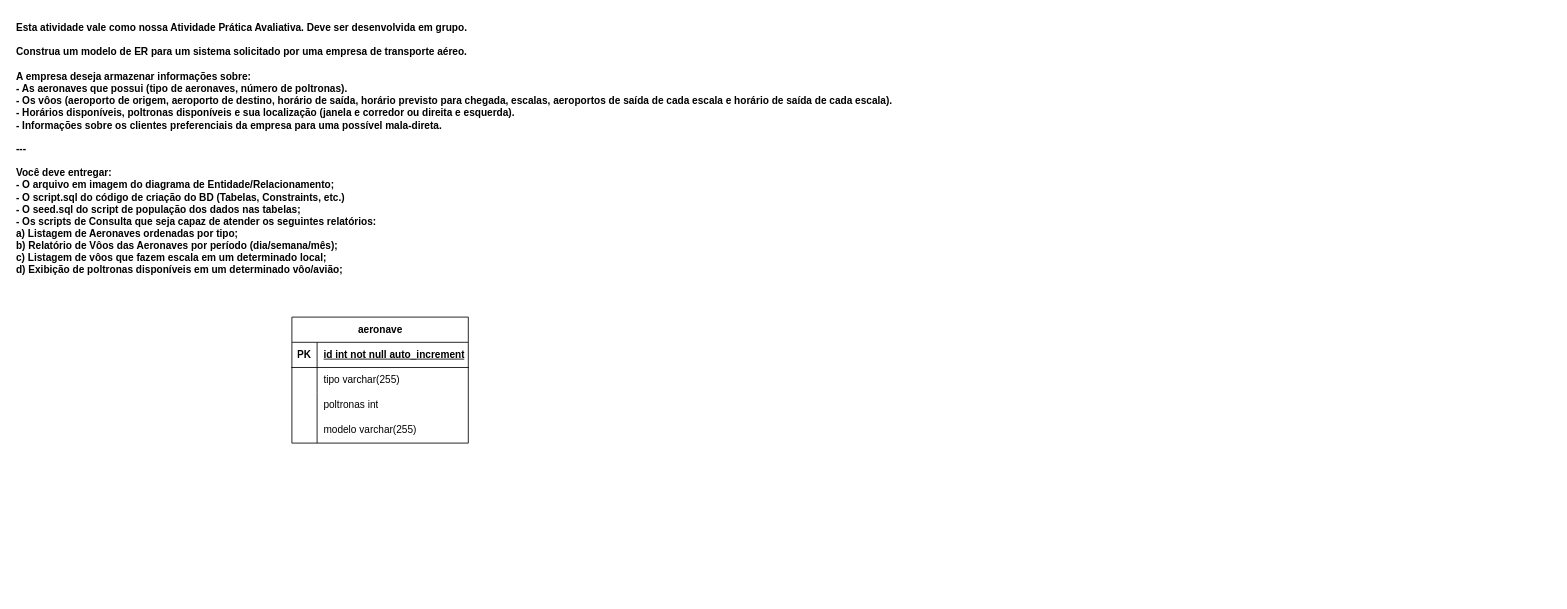
The draw.io diagram Diagramas/Atividades/companhia_aerea.drawio in samueldelorenzi/BancoDeDadosI, before the edit. Source tidied: cells renumbered, new cells numbered last; positions are measured from the earlier drawing's top-left corner, leaving out a move shared by most shapes. Both pictures are drawn from the tidied source at 84%, with x=0, y=0 at pixel (14, 14).
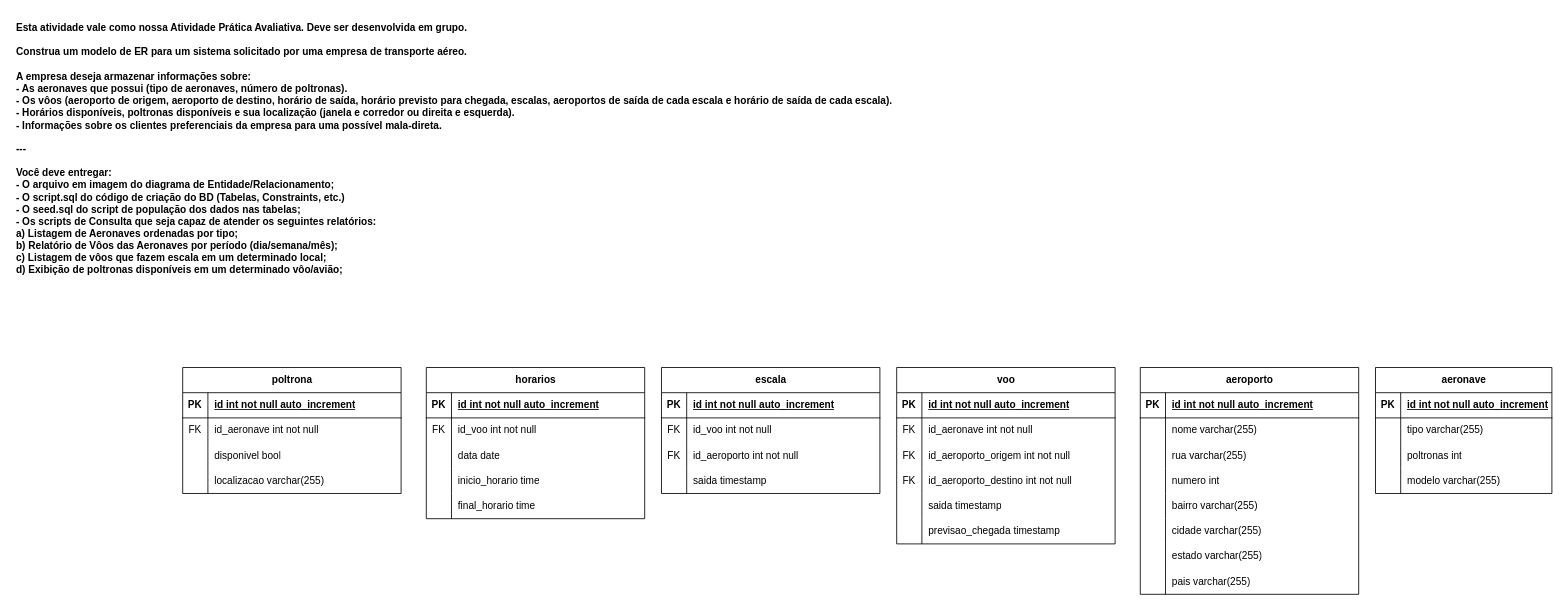
After the change.

Change to the diagram source:
```diff
@@
     <mxCell id="3" value="aeronave" style="shape=table;startSize=30;childLayout=tableLayout;rowLines=0;fontStyle=1;align=center;html=1;" parent="1" vertex="1">
-      <mxGeometry x="330" y="360" width="210" height="150" as="geometry" />
+      <mxGeometry x="1620" y="420" width="210" height="150" as="geometry" />
     </mxCell>
@@
+    <mxCell id="16" value="aeroporto" style="shape=table;startSize=30;childLayout=tableLayout;rowLines=0;fontStyle=1;align=center;html=1;" parent="1" vertex="1">
+      <mxGeometry x="1340" y="420" width="260" height="270" as="geometry" />
+    </mxCell>
+    <mxCell id="17" style="shape=tableRow;horizontal=0;startSize=0;swimlaneHead=0;swimlaneBody=0;fillColor=none;top=0;left=0;right=0;bottom=1;" parent="16" vertex="1">
+      <mxGeometry y="30" width="260" height="30" as="geometry" />
+    </mxCell>
+    <mxCell id="18" value="PK" style="shape=partialRectangle;fillColor=none;top=0;left=0;bottom=0;right=0;fontStyle=1;overflow=hidden;whiteSpace=wrap;html=1;" parent="17" vertex="1">
+      <mxGeometry width="30" height="30" as="geometry" />
+    </mxCell>
+    <mxCell id="19" value="id int not null auto_increment" style="shape=partialRectangle;fillColor=none;top=0;left=0;bottom=0;right=0;align=left;spacingLeft=6;fontStyle=5;overflow=hidden;whiteSpace=wrap;html=1;" parent="17" vertex="1">
+      <mxGeometry x="30" width="230" height="30" as="geometry" />
+    </mxCell>
+    <mxCell id="20" style="shape=tableRow;horizontal=0;startSize=0;swimlaneHead=0;swimlaneBody=0;fillColor=none;top=0;left=0;right=0;bottom=0;" parent="16" vertex="1">
+      <mxGeometry y="60" width="260" height="30" as="geometry" />
+    </mxCell>
+    <mxCell id="21" style="shape=partialRectangle;fillColor=none;top=0;left=0;bottom=0;right=0;overflow=hidden;whiteSpace=wrap;html=1;" parent="20" vertex="1">
+      <mxGeometry width="30" height="30" as="geometry" />
+    </mxCell>
+    <mxCell id="22" value="nome varchar(255)" style="shape=partialRectangle;fillColor=none;top=0;left=0;bottom=0;right=0;align=left;spacingLeft=6;overflow=hidden;whiteSpace=wrap;html=1;" parent="20" vertex="1">
+      <mxGeometry x="30" width="230" height="30" as="geometry" />
+    </mxCell>
+    <mxCell id="23" style="shape=tableRow;horizontal=0;startSize=0;swimlaneHead=0;swimlaneBody=0;fillColor=none;top=0;left=0;right=0;bottom=0;" parent="16" vertex="1">
+      <mxGeometry y="90" width="260" height="30" as="geometry" />
+    </mxCell>
+    <mxCell id="24" style="shape=partialRectangle;fillColor=none;top=0;left=0;bottom=0;right=0;overflow=hidden;whiteSpace=wrap;html=1;" parent="23" vertex="1">
+      <mxGeometry width="30" height="30" as="geometry" />
+    </mxCell>
+    <mxCell id="25" value="rua varchar(255)" style="shape=partialRectangle;fillColor=none;top=0;left=0;bottom=0;right=0;align=left;spacingLeft=6;overflow=hidden;whiteSpace=wrap;html=1;" parent="23" vertex="1">
+      <mxGeometry x="30" width="230" height="30" as="geometry" />
+    </mxCell>
+    <mxCell id="26" style="shape=tableRow;horizontal=0;startSize=0;swimlaneHead=0;swimlaneBody=0;fillColor=none;top=0;left=0;right=0;bottom=0;" parent="16" vertex="1">
+      <mxGeometry y="120" width="260" height="30" as="geometry" />
+    </mxCell>
+    <mxCell id="27" style="shape=partialRectangle;fillColor=none;top=0;left=0;bottom=0;right=0;overflow=hidden;whiteSpace=wrap;html=1;" parent="26" vertex="1">
+      <mxGeometry width="30" height="30" as="geometry" />
+    </mxCell>
+    <mxCell id="28" value="numero int" style="shape=partialRectangle;fillColor=none;top=0;left=0;bottom=0;right=0;align=left;spacingLeft=6;overflow=hidden;whiteSpace=wrap;html=1;" parent="26" vertex="1">
+      <mxGeometry x="30" width="230" height="30" as="geometry" />
+    </mxCell>
+    <mxCell id="29" style="shape=tableRow;horizontal=0;startSize=0;swimlaneHead=0;swimlaneBody=0;fillColor=none;top=0;left=0;right=0;bottom=0;" parent="16" vertex="1">
+      <mxGeometry y="150" width="260" height="30" as="geometry" />
+    </mxCell>
+    <mxCell id="30" style="shape=partialRectangle;fillColor=none;top=0;left=0;bottom=0;right=0;overflow=hidden;whiteSpace=wrap;html=1;" parent="29" vertex="1">
+      <mxGeometry width="30" height="30" as="geometry" />
+    </mxCell>
+    <mxCell id="31" value="bairro varchar(255)" style="shape=partialRectangle;fillColor=none;top=0;left=0;bottom=0;right=0;align=left;spacingLeft=6;overflow=hidden;whiteSpace=wrap;html=1;" parent="29" vertex="1">
+      <mxGeometry x="30" width="230" height="30" as="geometry" />
+    </mxCell>
+    <mxCell id="32" style="shape=tableRow;horizontal=0;startSize=0;swimlaneHead=0;swimlaneBody=0;fillColor=none;top=0;left=0;right=0;bottom=0;" parent="16" vertex="1">
+      <mxGeometry y="180" width="260" height="30" as="geometry" />
+    </mxCell>
+    <mxCell id="33" style="shape=partialRectangle;fillColor=none;top=0;left=0;bottom=0;right=0;overflow=hidden;whiteSpace=wrap;html=1;" parent="32" vertex="1">
+      <mxGeometry width="30" height="30" as="geometry" />
+    </mxCell>
+    <mxCell id="34" value="cidade varchar(255)" style="shape=partialRectangle;fillColor=none;top=0;left=0;bottom=0;right=0;align=left;spacingLeft=6;overflow=hidden;whiteSpace=wrap;html=1;" parent="32" vertex="1">
+      <mxGeometry x="30" width="230" height="30" as="geometry" />
+    </mxCell>
+    <mxCell id="35" style="shape=tableRow;horizontal=0;startSize=0;swimlaneHead=0;swimlaneBody=0;fillColor=none;top=0;left=0;right=0;bottom=0;" parent="16" vertex="1">
+      <mxGeometry y="210" width="260" height="30" as="geometry" />
+    </mxCell>
+    <mxCell id="36" style="shape=partialRectangle;fillColor=none;top=0;left=0;bottom=0;right=0;overflow=hidden;whiteSpace=wrap;html=1;" parent="35" vertex="1">
+      <mxGeometry width="30" height="30" as="geometry" />
+    </mxCell>
+    <mxCell id="37" value="estado varchar(255)" style="shape=partialRectangle;fillColor=none;top=0;left=0;bottom=0;right=0;align=left;spacingLeft=6;overflow=hidden;whiteSpace=wrap;html=1;" parent="35" vertex="1">
+      <mxGeometry x="30" width="230" height="30" as="geometry" />
+    </mxCell>
+    <mxCell id="38" style="shape=tableRow;horizontal=0;startSize=0;swimlaneHead=0;swimlaneBody=0;fillColor=none;top=0;left=0;right=0;bottom=0;" parent="16" vertex="1">
+      <mxGeometry y="240" width="260" height="30" as="geometry" />
+    </mxCell>
+    <mxCell id="39" style="shape=partialRectangle;fillColor=none;top=0;left=0;bottom=0;right=0;overflow=hidden;whiteSpace=wrap;html=1;" parent="38" vertex="1">
+      <mxGeometry width="30" height="30" as="geometry" />
+    </mxCell>
+    <mxCell id="40" value="pais varchar(255)" style="shape=partialRectangle;fillColor=none;top=0;left=0;bottom=0;right=0;align=left;spacingLeft=6;overflow=hidden;whiteSpace=wrap;html=1;" parent="38" vertex="1">
+      <mxGeometry x="30" width="230" height="30" as="geometry" />
+    </mxCell>
+    <mxCell id="41" value="voo" style="shape=table;startSize=30;childLayout=tableLayout;rowLines=0;fontStyle=1;align=center;html=1;" parent="1" vertex="1">
+      <mxGeometry x="1050" y="420" width="260" height="210" as="geometry" />
+    </mxCell>
+    <mxCell id="42" style="shape=tableRow;horizontal=0;startSize=0;swimlaneHead=0;swimlaneBody=0;fillColor=none;top=0;left=0;right=0;bottom=1;" parent="41" vertex="1">
+      <mxGeometry y="30" width="260" height="30" as="geometry" />
+    </mxCell>
+    <mxCell id="43" value="PK" style="shape=partialRectangle;fillColor=none;top=0;left=0;bottom=0;right=0;fontStyle=1;overflow=hidden;whiteSpace=wrap;html=1;" parent="42" vertex="1">
+      <mxGeometry width="30" height="30" as="geometry" />
+    </mxCell>
+    <mxCell id="44" value="id int not null auto_increment" style="shape=partialRectangle;fillColor=none;top=0;left=0;bottom=0;right=0;align=left;spacingLeft=6;fontStyle=5;overflow=hidden;whiteSpace=wrap;html=1;" parent="42" vertex="1">
+      <mxGeometry x="30" width="230" height="30" as="geometry" />
+    </mxCell>
+    <mxCell id="45" style="shape=tableRow;horizontal=0;startSize=0;swimlaneHead=0;swimlaneBody=0;fillColor=none;top=0;left=0;right=0;bottom=0;" parent="41" vertex="1">
+      <mxGeometry y="60" width="260" height="30" as="geometry" />
+    </mxCell>
+    <mxCell id="46" value="FK" style="shape=partialRectangle;fillColor=none;top=0;left=0;bottom=0;right=0;overflow=hidden;whiteSpace=wrap;html=1;" parent="45" vertex="1">
+      <mxGeometry width="30" height="30" as="geometry" />
+    </mxCell>
+    <mxCell id="47" value="id_aeronave int not null" style="shape=partialRectangle;fillColor=none;top=0;left=0;bottom=0;right=0;align=left;spacingLeft=6;overflow=hidden;whiteSpace=wrap;html=1;" parent="45" vertex="1">
+      <mxGeometry x="30" width="230" height="30" as="geometry" />
+    </mxCell>
+    <mxCell id="48" style="shape=tableRow;horizontal=0;startSize=0;swimlaneHead=0;swimlaneBody=0;fillColor=none;top=0;left=0;right=0;bottom=0;" parent="41" vertex="1">
+      <mxGeometry y="90" width="260" height="30" as="geometry" />
+    </mxCell>
+    <mxCell id="49" value="FK" style="shape=partialRectangle;fillColor=none;top=0;left=0;bottom=0;right=0;overflow=hidden;whiteSpace=wrap;html=1;" parent="48" vertex="1">
+      <mxGeometry width="30" height="30" as="geometry" />
+    </mxCell>
+    <mxCell id="50" value="id_aeroporto_origem int not null" style="shape=partialRectangle;fillColor=none;top=0;left=0;bottom=0;right=0;align=left;spacingLeft=6;overflow=hidden;whiteSpace=wrap;html=1;" parent="48" vertex="1">
+      <mxGeometry x="30" width="230" height="30" as="geometry" />
+    </mxCell>
+    <mxCell id="51" style="shape=tableRow;horizontal=0;startSize=0;swimlaneHead=0;swimlaneBody=0;fillColor=none;top=0;left=0;right=0;bottom=0;" parent="41" vertex="1">
+      <mxGeometry y="120" width="260" height="30" as="geometry" />
+    </mxCell>
+    <mxCell id="52" value="FK" style="shape=partialRectangle;fillColor=none;top=0;left=0;bottom=0;right=0;overflow=hidden;whiteSpace=wrap;html=1;" parent="51" vertex="1">
+      <mxGeometry width="30" height="30" as="geometry" />
+    </mxCell>
+    <mxCell id="53" value="id_aeroporto_destino int not null" style="shape=partialRectangle;fillColor=none;top=0;left=0;bottom=0;right=0;align=left;spacingLeft=6;overflow=hidden;whiteSpace=wrap;html=1;" parent="51" vertex="1">
+      <mxGeometry x="30" width="230" height="30" as="geometry" />
+    </mxCell>
+    <mxCell id="54" style="shape=tableRow;horizontal=0;startSize=0;swimlaneHead=0;swimlaneBody=0;fillColor=none;top=0;left=0;right=0;bottom=0;" parent="41" vertex="1">
+      <mxGeometry y="150" width="260" height="30" as="geometry" />
+    </mxCell>
+    <mxCell id="55" style="shape=partialRectangle;fillColor=none;top=0;left=0;bottom=0;right=0;overflow=hidden;whiteSpace=wrap;html=1;" parent="54" vertex="1">
+      <mxGeometry width="30" height="30" as="geometry" />
+    </mxCell>
+    <mxCell id="56" value="saida timestamp" style="shape=partialRectangle;fillColor=none;top=0;left=0;bottom=0;right=0;align=left;spacingLeft=6;overflow=hidden;whiteSpace=wrap;html=1;" parent="54" vertex="1">
+      <mxGeometry x="30" width="230" height="30" as="geometry" />
+    </mxCell>
+    <mxCell id="57" style="shape=tableRow;horizontal=0;startSize=0;swimlaneHead=0;swimlaneBody=0;fillColor=none;top=0;left=0;right=0;bottom=0;" parent="41" vertex="1">
+      <mxGeometry y="180" width="260" height="30" as="geometry" />
+    </mxCell>
+    <mxCell id="58" style="shape=partialRectangle;fillColor=none;top=0;left=0;bottom=0;right=0;overflow=hidden;whiteSpace=wrap;html=1;" parent="57" vertex="1">
+      <mxGeometry width="30" height="30" as="geometry" />
+    </mxCell>
+    <mxCell id="59" value="previsao_chegada timestamp" style="shape=partialRectangle;fillColor=none;top=0;left=0;bottom=0;right=0;align=left;spacingLeft=6;overflow=hidden;whiteSpace=wrap;html=1;" parent="57" vertex="1">
+      <mxGeometry x="30" width="230" height="30" as="geometry" />
+    </mxCell>
+    <mxCell id="60" value="escala" style="shape=table;startSize=30;childLayout=tableLayout;rowLines=0;fontStyle=1;align=center;html=1;" parent="1" vertex="1">
+      <mxGeometry x="770" y="420" width="260" height="150" as="geometry" />
+    </mxCell>
+    <mxCell id="61" style="shape=tableRow;horizontal=0;startSize=0;swimlaneHead=0;swimlaneBody=0;fillColor=none;top=0;left=0;right=0;bottom=1;" parent="60" vertex="1">
+      <mxGeometry y="30" width="260" height="30" as="geometry" />
+    </mxCell>
+    <mxCell id="62" value="PK" style="shape=partialRectangle;fillColor=none;top=0;left=0;bottom=0;right=0;fontStyle=1;overflow=hidden;whiteSpace=wrap;html=1;" parent="61" vertex="1">
+      <mxGeometry width="30" height="30" as="geometry" />
+    </mxCell>
+    <mxCell id="63" value="id int not null auto_increment" style="shape=partialRectangle;fillColor=none;top=0;left=0;bottom=0;right=0;align=left;spacingLeft=6;fontStyle=5;overflow=hidden;whiteSpace=wrap;html=1;" parent="61" vertex="1">
+      <mxGeometry x="30" width="230" height="30" as="geometry" />
+    </mxCell>
+    <mxCell id="64" style="shape=tableRow;horizontal=0;startSize=0;swimlaneHead=0;swimlaneBody=0;fillColor=none;top=0;left=0;right=0;bottom=0;" parent="60" vertex="1">
+      <mxGeometry y="60" width="260" height="30" as="geometry" />
+    </mxCell>
+    <mxCell id="65" value="FK" style="shape=partialRectangle;fillColor=none;top=0;left=0;bottom=0;right=0;overflow=hidden;whiteSpace=wrap;html=1;" parent="64" vertex="1">
+      <mxGeometry width="30" height="30" as="geometry" />
+    </mxCell>
+    <mxCell id="66" value="id_voo int not null&lt;span style=&quot;white-space: pre;&quot;&gt;&#9;&lt;/span&gt;" style="shape=partialRectangle;fillColor=none;top=0;left=0;bottom=0;right=0;align=left;spacingLeft=6;overflow=hidden;whiteSpace=wrap;html=1;" parent="64" vertex="1">
+      <mxGeometry x="30" width="230" height="30" as="geometry" />
+    </mxCell>
+    <mxCell id="67" style="shape=tableRow;horizontal=0;startSize=0;swimlaneHead=0;swimlaneBody=0;fillColor=none;top=0;left=0;right=0;bottom=0;" parent="60" vertex="1">
+      <mxGeometry y="90" width="260" height="30" as="geometry" />
+    </mxCell>
+    <mxCell id="68" value="FK" style="shape=partialRectangle;fillColor=none;top=0;left=0;bottom=0;right=0;overflow=hidden;whiteSpace=wrap;html=1;" parent="67" vertex="1">
+      <mxGeometry width="30" height="30" as="geometry" />
+    </mxCell>
+    <mxCell id="69" value="id_aeroporto int not null" style="shape=partialRectangle;fillColor=none;top=0;left=0;bottom=0;right=0;align=left;spacingLeft=6;overflow=hidden;whiteSpace=wrap;html=1;" parent="67" vertex="1">
+      <mxGeometry x="30" width="230" height="30" as="geometry" />
+    </mxCell>
+    <mxCell id="70" style="shape=tableRow;horizontal=0;startSize=0;swimlaneHead=0;swimlaneBody=0;fillColor=none;top=0;left=0;right=0;bottom=0;" parent="60" vertex="1">
+      <mxGeometry y="120" width="260" height="30" as="geometry" />
+    </mxCell>
+    <mxCell id="71" style="shape=partialRectangle;fillColor=none;top=0;left=0;bottom=0;right=0;overflow=hidden;whiteSpace=wrap;html=1;" parent="70" vertex="1">
+      <mxGeometry width="30" height="30" as="geometry" />
+    </mxCell>
+    <mxCell id="72" value="saida timestamp" style="shape=partialRectangle;fillColor=none;top=0;left=0;bottom=0;right=0;align=left;spacingLeft=6;overflow=hidden;whiteSpace=wrap;html=1;" parent="70" vertex="1">
+      <mxGeometry x="30" width="230" height="30" as="geometry" />
+    </mxCell>
+    <mxCell id="73" value="horarios" style="shape=table;startSize=30;childLayout=tableLayout;rowLines=0;fontStyle=1;align=center;html=1;" parent="1" vertex="1">
+      <mxGeometry x="490" y="420" width="260" height="180" as="geometry" />
+    </mxCell>
+    <mxCell id="74" style="shape=tableRow;horizontal=0;startSize=0;swimlaneHead=0;swimlaneBody=0;fillColor=none;top=0;left=0;right=0;bottom=1;" parent="73" vertex="1">
+      <mxGeometry y="30" width="260" height="30" as="geometry" />
+    </mxCell>
+    <mxCell id="75" value="PK" style="shape=partialRectangle;fillColor=none;top=0;left=0;bottom=0;right=0;fontStyle=1;overflow=hidden;whiteSpace=wrap;html=1;" parent="74" vertex="1">
+      <mxGeometry width="30" height="30" as="geometry" />
+    </mxCell>
+    <mxCell id="76" value="id int not null auto_increment" style="shape=partialRectangle;fillColor=none;top=0;left=0;bottom=0;right=0;align=left;spacingLeft=6;fontStyle=5;overflow=hidden;whiteSpace=wrap;html=1;" parent="74" vertex="1">
+      <mxGeometry x="30" width="230" height="30" as="geometry" />
+    </mxCell>
+    <mxCell id="77" style="shape=tableRow;horizontal=0;startSize=0;swimlaneHead=0;swimlaneBody=0;fillColor=none;top=0;left=0;right=0;bottom=0;" parent="73" vertex="1">
+      <mxGeometry y="60" width="260" height="30" as="geometry" />
+    </mxCell>
+    <mxCell id="78" value="FK" style="shape=partialRectangle;fillColor=none;top=0;left=0;bottom=0;right=0;overflow=hidden;whiteSpace=wrap;html=1;" parent="77" vertex="1">
+      <mxGeometry width="30" height="30" as="geometry" />
+    </mxCell>
+    <mxCell id="79" value="id_voo int not null&lt;span style=&quot;white-space: pre;&quot;&gt;&#9;&lt;/span&gt;" style="shape=partialRectangle;fillColor=none;top=0;left=0;bottom=0;right=0;align=left;spacingLeft=6;overflow=hidden;whiteSpace=wrap;html=1;" parent="77" vertex="1">
+      <mxGeometry x="30" width="230" height="30" as="geometry" />
+    </mxCell>
+    <mxCell id="80" style="shape=tableRow;horizontal=0;startSize=0;swimlaneHead=0;swimlaneBody=0;fillColor=none;top=0;left=0;right=0;bottom=0;" parent="73" vertex="1">
+      <mxGeometry y="90" width="260" height="30" as="geometry" />
+    </mxCell>
+    <mxCell id="81" style="shape=partialRectangle;fillColor=none;top=0;left=0;bottom=0;right=0;overflow=hidden;whiteSpace=wrap;html=1;" parent="80" vertex="1">
+      <mxGeometry width="30" height="30" as="geometry" />
+    </mxCell>
+    <mxCell id="82" value="data date" style="shape=partialRectangle;fillColor=none;top=0;left=0;bottom=0;right=0;align=left;spacingLeft=6;overflow=hidden;whiteSpace=wrap;html=1;" parent="80" vertex="1">
+      <mxGeometry x="30" width="230" height="30" as="geometry" />
+    </mxCell>
+    <mxCell id="83" style="shape=tableRow;horizontal=0;startSize=0;swimlaneHead=0;swimlaneBody=0;fillColor=none;top=0;left=0;right=0;bottom=0;" parent="73" vertex="1">
+      <mxGeometry y="120" width="260" height="30" as="geometry" />
+    </mxCell>
+    <mxCell id="84" style="shape=partialRectangle;fillColor=none;top=0;left=0;bottom=0;right=0;overflow=hidden;whiteSpace=wrap;html=1;" parent="83" vertex="1">
+      <mxGeometry width="30" height="30" as="geometry" />
+    </mxCell>
+    <mxCell id="85" value="inicio_horario time" style="shape=partialRectangle;fillColor=none;top=0;left=0;bottom=0;right=0;align=left;spacingLeft=6;overflow=hidden;whiteSpace=wrap;html=1;" parent="83" vertex="1">
+      <mxGeometry x="30" width="230" height="30" as="geometry" />
+    </mxCell>
+    <mxCell id="86" style="shape=tableRow;horizontal=0;startSize=0;swimlaneHead=0;swimlaneBody=0;fillColor=none;top=0;left=0;right=0;bottom=0;" parent="73" vertex="1">
+      <mxGeometry y="150" width="260" height="30" as="geometry" />
+    </mxCell>
+    <mxCell id="87" style="shape=partialRectangle;fillColor=none;top=0;left=0;bottom=0;right=0;overflow=hidden;whiteSpace=wrap;html=1;" parent="86" vertex="1">
+      <mxGeometry width="30" height="30" as="geometry" />
+    </mxCell>
+    <mxCell id="88" value="final_horario time" style="shape=partialRectangle;fillColor=none;top=0;left=0;bottom=0;right=0;align=left;spacingLeft=6;overflow=hidden;whiteSpace=wrap;html=1;" parent="86" vertex="1">
+      <mxGeometry x="30" width="230" height="30" as="geometry" />
+    </mxCell>
+    <mxCell id="89" value="poltrona" style="shape=table;startSize=30;childLayout=tableLayout;rowLines=0;fontStyle=1;align=center;html=1;" parent="1" vertex="1">
+      <mxGeometry x="200" y="420" width="260" height="150" as="geometry" />
+    </mxCell>
+    <mxCell id="90" style="shape=tableRow;horizontal=0;startSize=0;swimlaneHead=0;swimlaneBody=0;fillColor=none;top=0;left=0;right=0;bottom=1;" parent="89" vertex="1">
+      <mxGeometry y="30" width="260" height="30" as="geometry" />
+    </mxCell>
+    <mxCell id="91" value="PK" style="shape=partialRectangle;fillColor=none;top=0;left=0;bottom=0;right=0;fontStyle=1;overflow=hidden;whiteSpace=wrap;html=1;" parent="90" vertex="1">
+      <mxGeometry width="30" height="30" as="geometry" />
+    </mxCell>
+    <mxCell id="92" value="id int not null auto_increment" style="shape=partialRectangle;fillColor=none;top=0;left=0;bottom=0;right=0;align=left;spacingLeft=6;fontStyle=5;overflow=hidden;whiteSpace=wrap;html=1;" parent="90" vertex="1">
+      <mxGeometry x="30" width="230" height="30" as="geometry" />
+    </mxCell>
+    <mxCell id="93" style="shape=tableRow;horizontal=0;startSize=0;swimlaneHead=0;swimlaneBody=0;fillColor=none;top=0;left=0;right=0;bottom=0;" parent="89" vertex="1">
+      <mxGeometry y="60" width="260" height="30" as="geometry" />
+    </mxCell>
+    <mxCell id="94" value="FK" style="shape=partialRectangle;fillColor=none;top=0;left=0;bottom=0;right=0;overflow=hidden;whiteSpace=wrap;html=1;" parent="93" vertex="1">
+      <mxGeometry width="30" height="30" as="geometry" />
+    </mxCell>
+    <mxCell id="95" value="id_aeronave int not null" style="shape=partialRectangle;fillColor=none;top=0;left=0;bottom=0;right=0;align=left;spacingLeft=6;overflow=hidden;whiteSpace=wrap;html=1;" parent="93" vertex="1">
+      <mxGeometry x="30" width="230" height="30" as="geometry" />
+    </mxCell>
+    <mxCell id="96" style="shape=tableRow;horizontal=0;startSize=0;swimlaneHead=0;swimlaneBody=0;fillColor=none;top=0;left=0;right=0;bottom=0;" parent="89" vertex="1">
+      <mxGeometry y="90" width="260" height="30" as="geometry" />
+    </mxCell>
+    <mxCell id="97" style="shape=partialRectangle;fillColor=none;top=0;left=0;bottom=0;right=0;overflow=hidden;whiteSpace=wrap;html=1;" parent="96" vertex="1">
+      <mxGeometry width="30" height="30" as="geometry" />
+    </mxCell>
+    <mxCell id="98" value="disponivel bool" style="shape=partialRectangle;fillColor=none;top=0;left=0;bottom=0;right=0;align=left;spacingLeft=6;overflow=hidden;whiteSpace=wrap;html=1;" parent="96" vertex="1">
+      <mxGeometry x="30" width="230" height="30" as="geometry" />
+    </mxCell>
+    <mxCell id="99" style="shape=tableRow;horizontal=0;startSize=0;swimlaneHead=0;swimlaneBody=0;fillColor=none;top=0;left=0;right=0;bottom=0;" parent="89" vertex="1">
+      <mxGeometry y="120" width="260" height="30" as="geometry" />
+    </mxCell>
+    <mxCell id="100" style="shape=partialRectangle;fillColor=none;top=0;left=0;bottom=0;right=0;overflow=hidden;whiteSpace=wrap;html=1;" parent="99" vertex="1">
+      <mxGeometry width="30" height="30" as="geometry" />
+    </mxCell>
+    <mxCell id="101" value="localizacao varchar(255)" style="shape=partialRectangle;fillColor=none;top=0;left=0;bottom=0;right=0;align=left;spacingLeft=6;overflow=hidden;whiteSpace=wrap;html=1;" parent="99" vertex="1">
+      <mxGeometry x="30" width="230" height="30" as="geometry" />
+    </mxCell>
```
